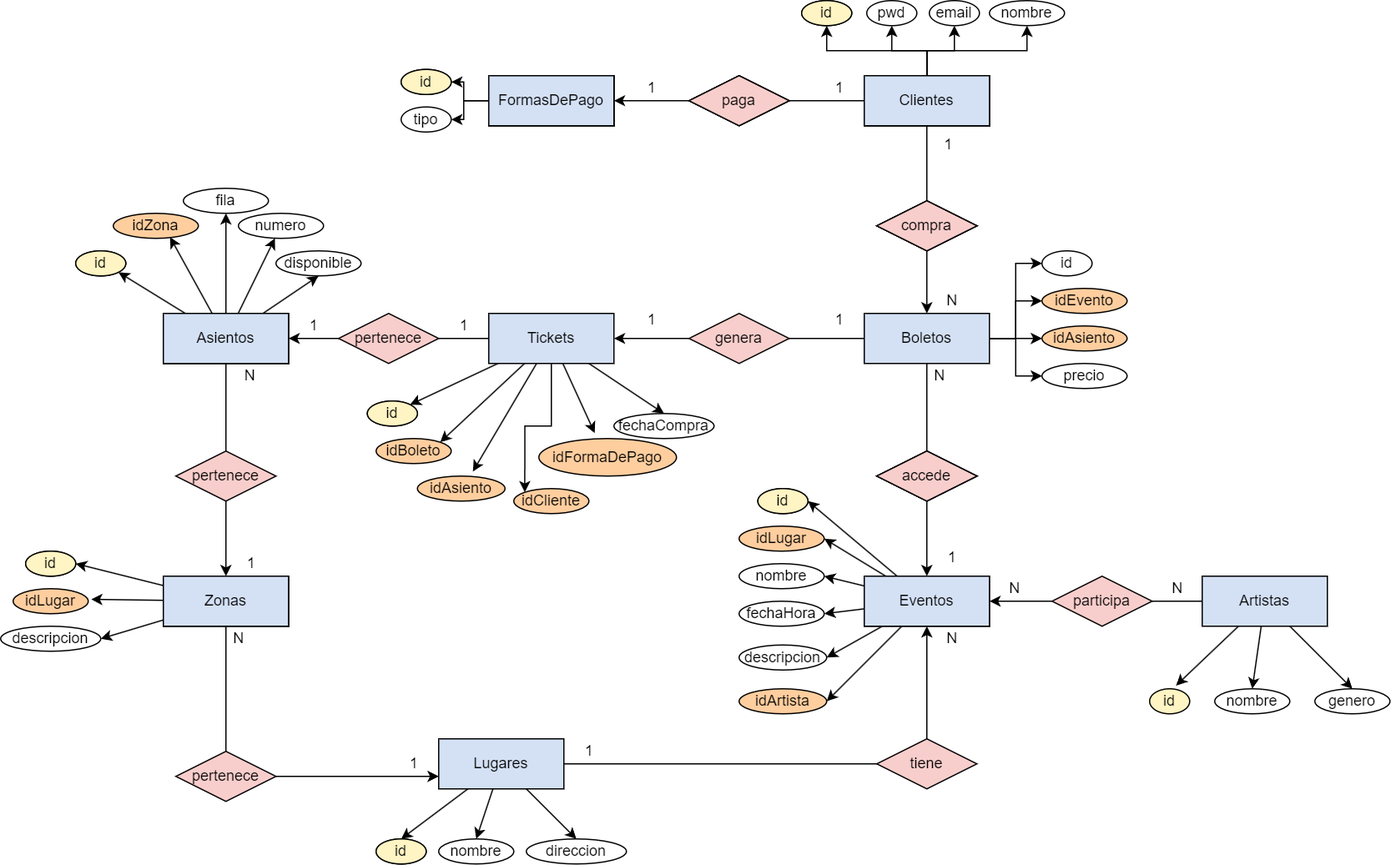
This is TicketMaster/img/Diagrama ER.png from Johann-28/TicketMaster, a draw.io export, as it was before one commit. Source tidied: cells renumbered, new cells last; positions are measured from the earlier drawing's top-left corner, leaving out a move shared by most shapes.
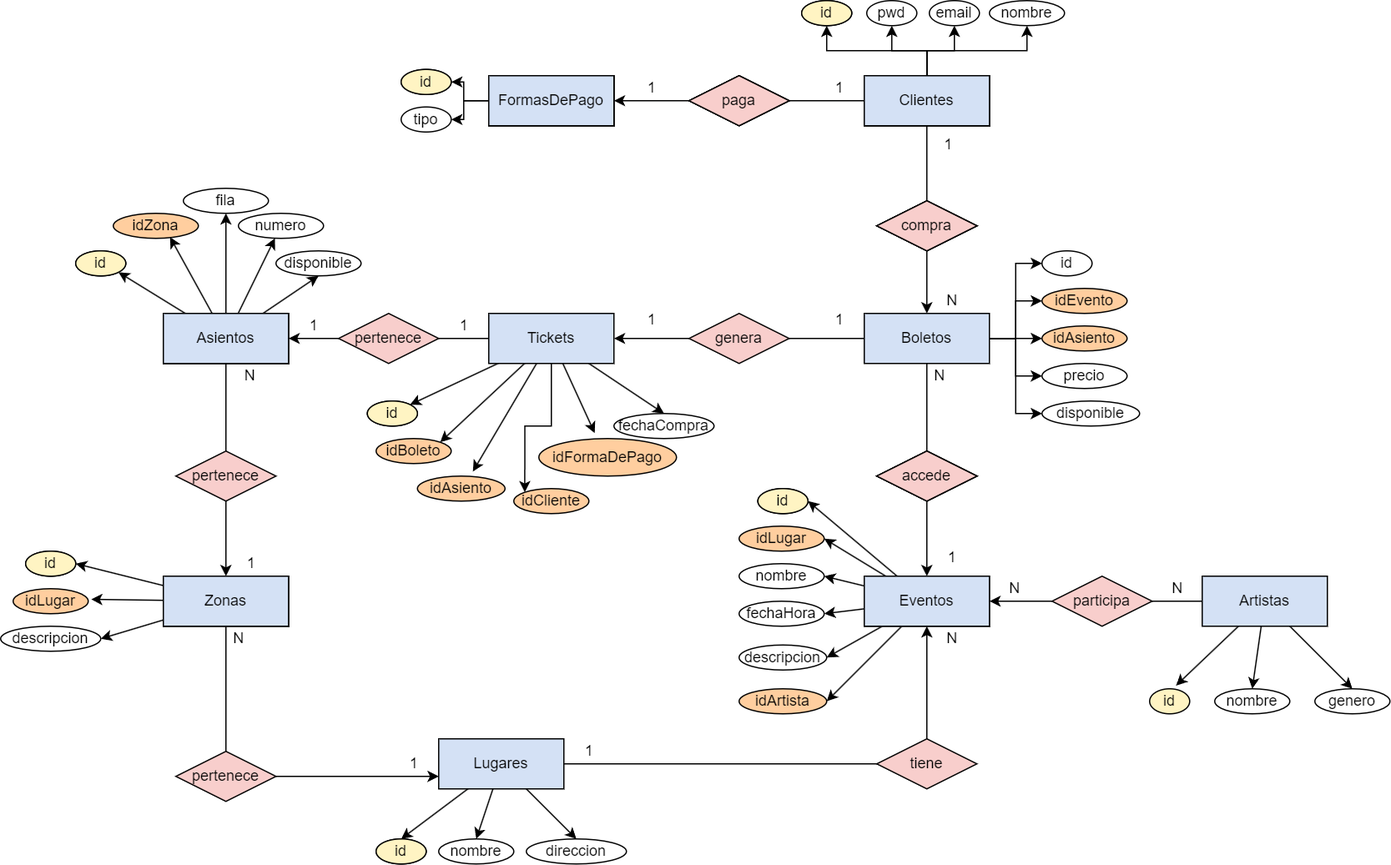
After the commit.

Commit message:
cambiando diagrama

Change to the diagram source:
```diff
@@ -34,6 +34,9 @@
     <mxCell id="11" style="edgeStyle=orthogonalEdgeStyle;rounded=0;jettySize=auto;html=1;entryX=0;entryY=0.5;entryDx=0;entryDy=0;" parent="1" edge="1" source="12" target="90">
       <mxGeometry relative="1" as="geometry" />
     </mxCell>
+    <mxCell id="143" style="edgeStyle=orthogonalEdgeStyle;rounded=0;jettySize=auto;html=1;entryX=0;entryY=0.5;entryDx=0;entryDy=0;" parent="1" edge="1" source="12" target="144">
+      <mxGeometry relative="1" as="geometry" />
+    </mxCell>
     <mxCell id="12" value="Boletos" style="whiteSpace=wrap;html=1;fillColor=#D4E1F5;" parent="1" vertex="1">
       <mxGeometry x="690" y="250" width="100" height="40" as="geometry" />
     </mxCell>
@@ -437,5 +440,8 @@
     <mxCell id="142" value="1" style="text;html=1;align=center;verticalAlign=middle;strokeColor=none;fillColor=none;" parent="1" vertex="1">
       <mxGeometry x="745" y="430" width="30" height="30" as="geometry" />
     </mxCell>
+    <mxCell id="144" value="disponible" style="ellipse;whiteSpace=wrap;html=1;" parent="1" vertex="1">
+      <mxGeometry x="832" y="320" width="78" height="20" as="geometry" />
+    </mxCell>
   </root>
 </mxGraphModel>
```
